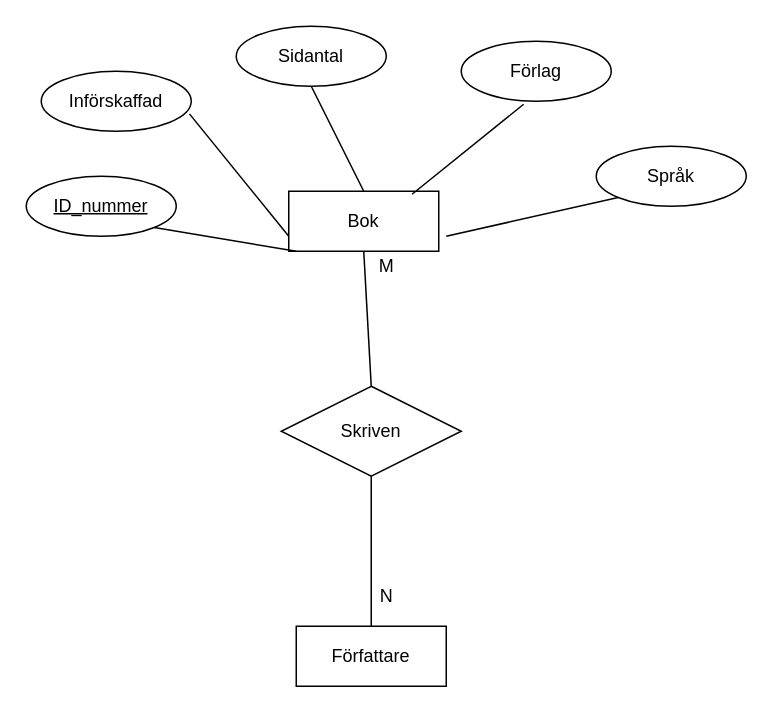
The draw.io diagram Boksamling.drawio in DanielPra/-t-Andre, before the edit. Source tidied: cells renumbered, new cells numbered last; positions are measured from the earlier drawing's top-left corner, leaving out a move shared by most shapes. Both pictures are drawn from the tidied source at 150%, with x=0, y=0 at pixel (26, 26).
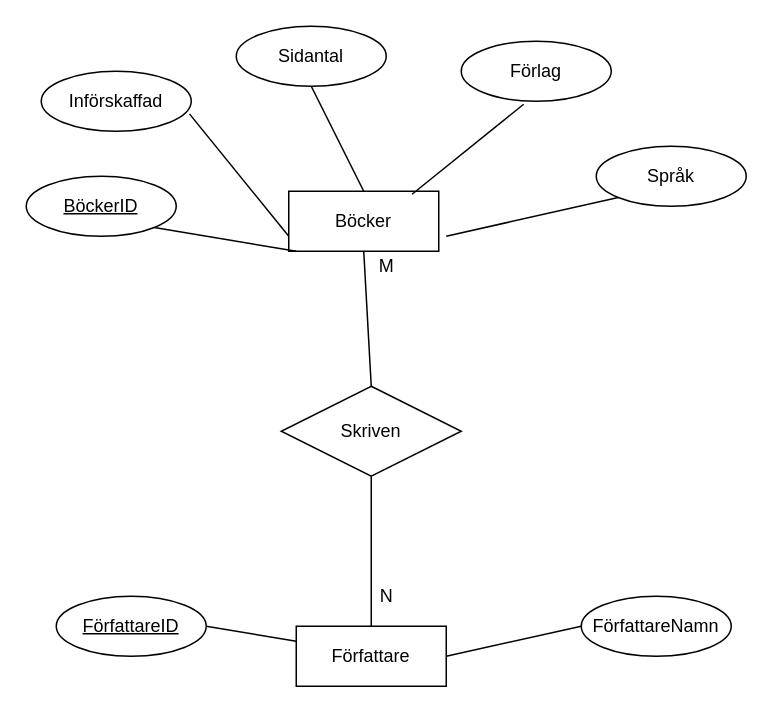
Above is the later version.

Unchanged cells that the change refers to:
```xml
<mxCell id="12" value="Författare" style="whiteSpace=wrap;html=1;align=center;" parent="1" vertex="1">
  <mxGeometry x="180" y="400" width="100" height="40" as="geometry" />
</mxCell>
```

Diff of the diagram source:
```diff
@@
-    <mxCell id="2" value="Bok" style="whiteSpace=wrap;html=1;align=center;" parent="1" vertex="1">
+    <mxCell id="2" value="Böcker" style="whiteSpace=wrap;html=1;align=center;" parent="1" vertex="1">
       <mxGeometry x="175" y="110" width="100" height="40" as="geometry" />
     </mxCell>
@@
-    <mxCell id="11" value="ID_nummer" style="ellipse;whiteSpace=wrap;html=1;align=center;fontStyle=4;" parent="1" vertex="1">
+    <mxCell id="11" value="BöckerID" style="ellipse;whiteSpace=wrap;html=1;align=center;fontStyle=4;" parent="1" vertex="1">
       <mxGeometry y="100" width="100" height="40" as="geometry" />
     </mxCell>
@@
+    <mxCell id="19" value="FörfattareNamn" style="ellipse;whiteSpace=wrap;html=1;align=center;" parent="1" vertex="1">
+      <mxGeometry x="370" y="380" width="100" height="40" as="geometry" />
+    </mxCell>
+    <mxCell id="20" value="FörfattareID" style="ellipse;whiteSpace=wrap;html=1;align=center;fontStyle=4;" parent="1" vertex="1">
+      <mxGeometry x="20" y="380" width="100" height="40" as="geometry" />
+    </mxCell>
+    <mxCell id="21" style="endArrow=none;html=1;rounded=0;entryX=0;entryY=0.25;entryDx=0;entryDy=0;exitX=1;exitY=0.5;exitDx=0;exitDy=0;" parent="1" edge="1" source="20" target="12">
+      <mxGeometry relative="1" as="geometry" />
+    </mxCell>
+    <mxCell id="22" style="endArrow=none;html=1;rounded=0;exitX=1;exitY=0.5;exitDx=0;exitDy=0;entryX=0;entryY=0.5;entryDx=0;entryDy=0;" parent="1" edge="1" source="12" target="19">
+      <mxGeometry relative="1" as="geometry" />
+    </mxCell>
```
